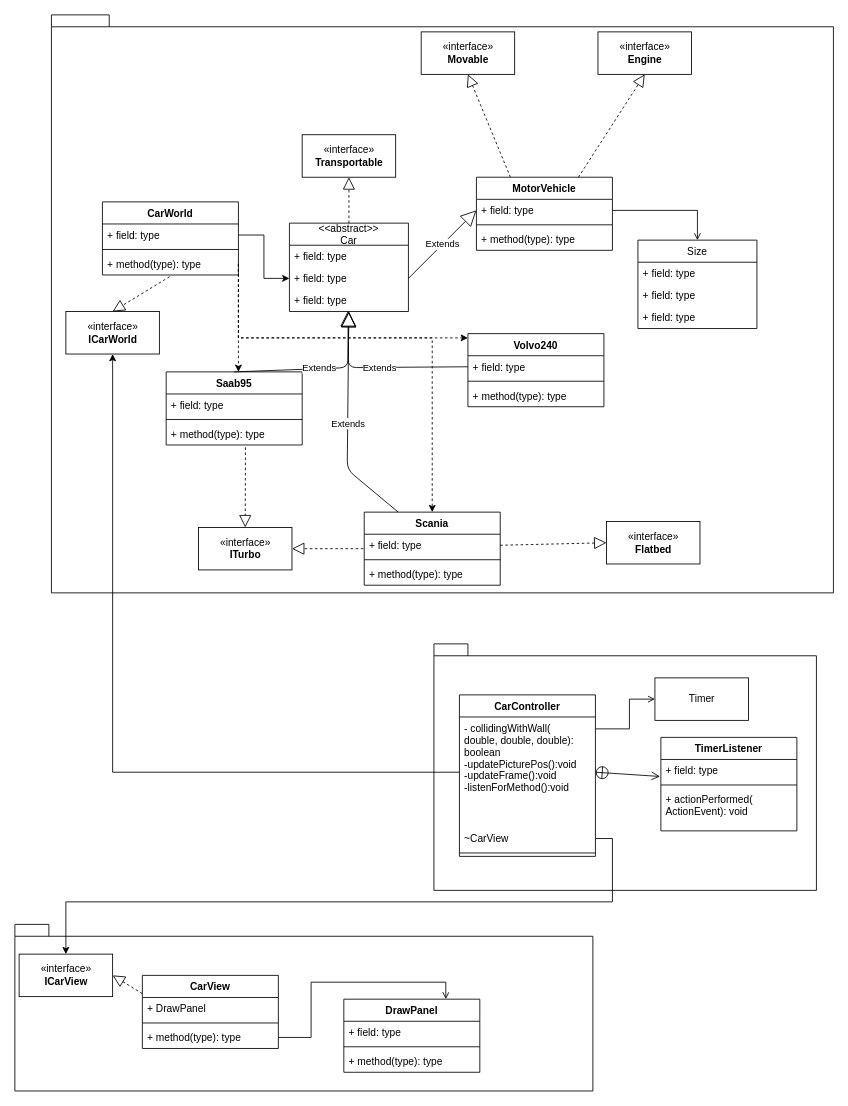
FHanberg/Labb-2-Del-B keeps this draw.io diagram as Labb2Nicer.drawio. Above is the earlier version. Source tidied: cells renumbered, new cells numbered last; positions are measured from the earlier drawing's top-left corner, leaving out a move shared by most shapes. Both pictures are drawn from the tidied source at 85%, with x=0, y=0 at pixel (14, 14).
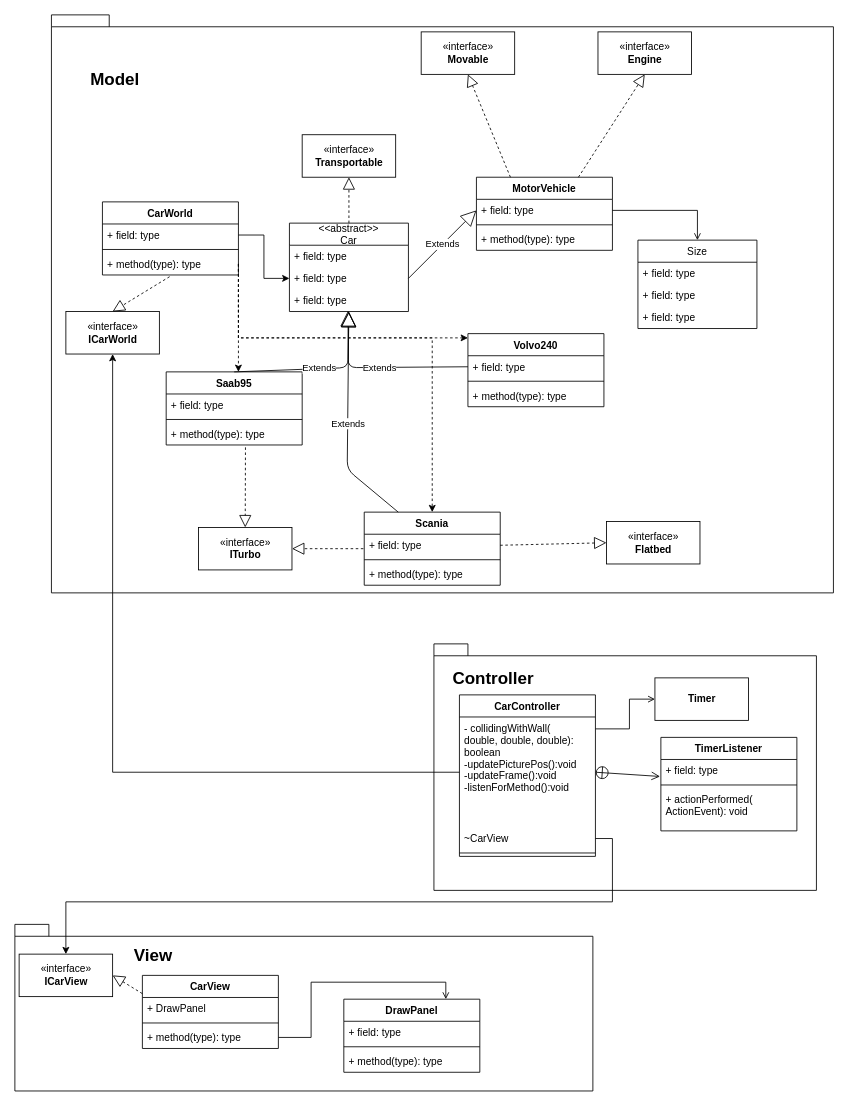
The same diagram, later.

Commit message:
Added Tags to Packages

Change to the diagram source:
```diff
@@
-    <mxCell id="44" value="Timer" style="html=1;" parent="1" vertex="1">
+    <mxCell id="44" value="&lt;b&gt;Timer&lt;/b&gt;" style="html=1;" parent="1" vertex="1">
       <mxGeometry x="753" y="780" width="110" height="50" as="geometry" />
     </mxCell>
@@
+    <mxCell id="79" value="Model" style="text;html=1;strokeColor=none;fillColor=none;align=center;verticalAlign=middle;whiteSpace=wrap;rounded=0;fontStyle=1;fontSize=20;" parent="1" vertex="1">
+      <mxGeometry x="53" y="20" width="130" height="110" as="geometry" />
+    </mxCell>
+    <mxCell id="80" value="Controller" style="text;html=1;strokeColor=none;fillColor=none;align=center;verticalAlign=middle;whiteSpace=wrap;rounded=0;fontSize=20;fontStyle=1;" parent="1" vertex="1">
+      <mxGeometry x="543" y="770" width="40" height="20" as="geometry" />
+    </mxCell>
+    <mxCell id="81" value="&lt;b&gt;View&lt;/b&gt;" style="text;html=1;strokeColor=none;fillColor=none;align=center;verticalAlign=middle;whiteSpace=wrap;rounded=0;fontSize=20;" parent="1" vertex="1">
+      <mxGeometry x="143" y="1095" width="40" height="20" as="geometry" />
+    </mxCell>
```
